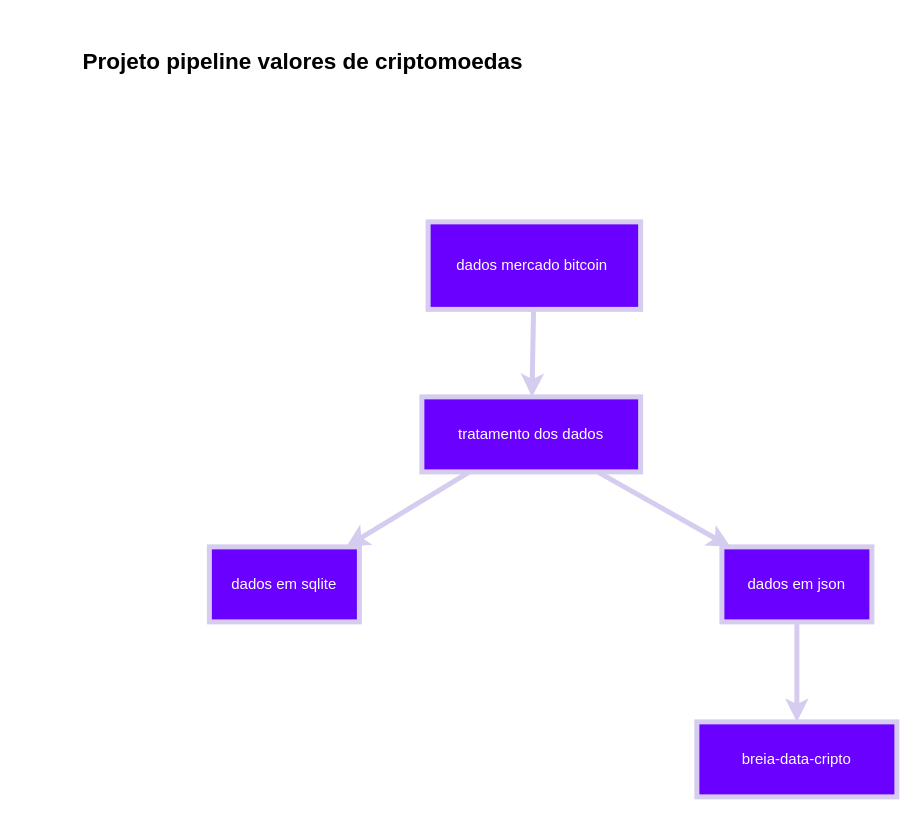
This is fluxogram.drawio from vbreia/pipeline-cripto-portfolio, a draw.io file, before an edit. Source tidied: cells renumbered, new cells numbered last; positions are measured from the earlier drawing's top-left corner, leaving out a move shared by most shapes. Both pictures are drawn from the tidied source at 125%, with x=0, y=0 at pixel (21, 21).
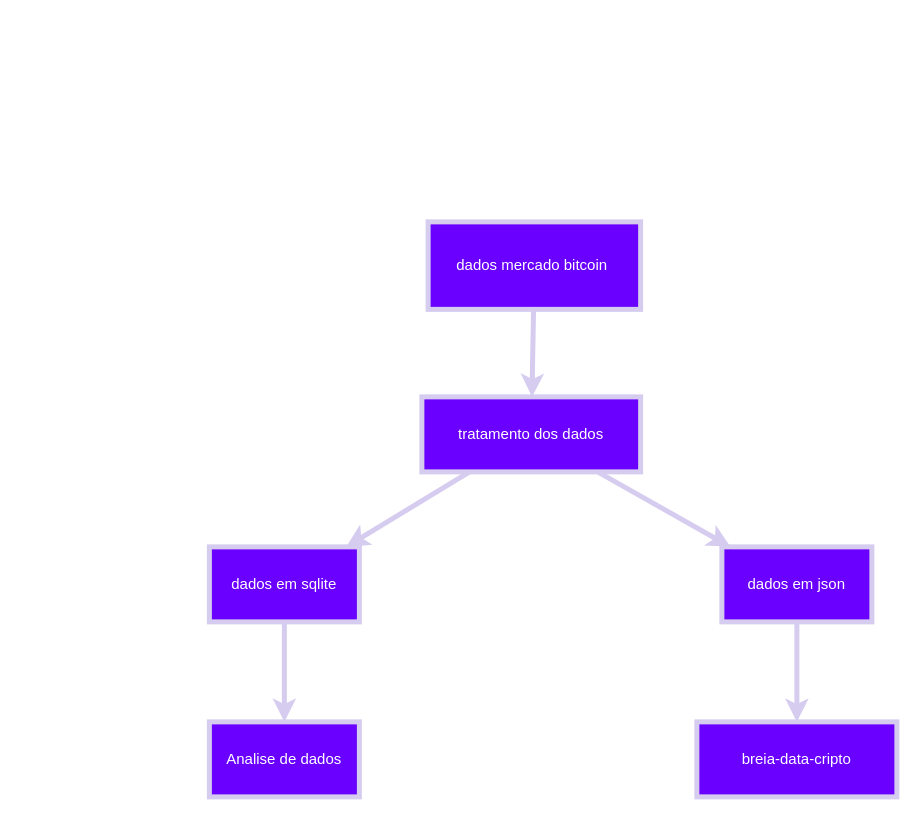
Above is the later version.

What changed in the source:
```diff
@@
 <mxGraphModel>
   <root>
     <mxCell id="0" />
     <mxCell id="1" parent="0" />
     <mxCell id="2" style="edgeStyle=none;html=1;strokeColor=#d5ccef;fillColor=#6a00ff;strokeWidth=4;shadow=0;" parent="1" edge="1" source="3" target="6">
       <mxGeometry relative="1" as="geometry" />
     </mxCell>
     <mxCell id="3" value="dados mercado bitcoin&amp;nbsp;" style="whiteSpace=wrap;html=1;fillColor=#6a00ff;fontColor=#ffffff;strokeColor=#d5ccef;strokeWidth=4;shadow=0;" parent="1" vertex="1">
       <mxGeometry x="325" y="160" width="170" height="70" as="geometry" />
     </mxCell>
     <mxCell id="4" style="edgeStyle=none;html=1;strokeColor=#d5ccef;fillColor=#6a00ff;strokeWidth=4;shadow=0;" parent="1" edge="1" source="6" target="8">
       <mxGeometry relative="1" as="geometry" />
     </mxCell>
     <mxCell id="5" style="edgeStyle=none;html=1;strokeColor=#d5ccef;fillColor=#6a00ff;strokeWidth=4;shadow=0;" parent="1" edge="1" source="6" target="9">
       <mxGeometry relative="1" as="geometry" />
     </mxCell>
     <mxCell id="6" value="tratamento dos dados" style="whiteSpace=wrap;html=1;strokeColor=#d5ccef;fillColor=#6a00ff;fontColor=#ffffff;strokeWidth=4;shadow=0;" parent="1" vertex="1">
       <mxGeometry x="320" y="300" width="175" height="60" as="geometry" />
     </mxCell>
     <mxCell id="7" style="edgeStyle=none;html=1;fontSize=18;strokeColor=#d5ccef;fillColor=#6a00ff;strokeWidth=4;shadow=0;" parent="1" edge="1" source="8" target="11">
       <mxGeometry relative="1" as="geometry" />
     </mxCell>
     <mxCell id="8" value="dados em json" style="whiteSpace=wrap;html=1;strokeColor=#d5ccef;fillColor=#6a00ff;fontColor=#ffffff;strokeWidth=4;shadow=0;" parent="1" vertex="1">
       <mxGeometry x="560" y="420" width="120" height="60" as="geometry" />
     </mxCell>
+    <mxCell id="12" style="edgeStyle=none;html=1;strokeWidth=4;strokeColor=#D5CCEF;" parent="1" edge="1" source="9" target="13">
+      <mxGeometry relative="1" as="geometry" />
+    </mxCell>
     <mxCell id="9" value="dados em sqlite" style="whiteSpace=wrap;html=1;fillColor=#6a00ff;fontColor=#ffffff;strokeColor=#d5ccef;strokeWidth=4;shadow=0;" parent="1" vertex="1">
       <mxGeometry x="150" y="420" width="120" height="60" as="geometry" />
     </mxCell>
-    <mxCell id="10" value="&lt;h1&gt;&lt;font style=&quot;font-size: 18px;&quot;&gt;Projeto pipeline valores de criptomoedas&lt;/font&gt;&lt;/h1&gt;" style="text;strokeColor=none;align=center;fillColor=none;html=1;verticalAlign=middle;whiteSpace=wrap;rounded=0;" parent="1" vertex="1">
-      <mxGeometry width="450" height="60" as="geometry" />
-    </mxCell>
     <mxCell id="11" value="breia-data-cripto" style="whiteSpace=wrap;html=1;strokeColor=#d5ccef;fillColor=#6a00ff;fontColor=#ffffff;strokeWidth=4;shadow=0;" parent="1" vertex="1">
       <mxGeometry x="540" y="560" width="160" height="60" as="geometry" />
     </mxCell>
+    <mxCell id="13" value="Analise de dados" style="whiteSpace=wrap;html=1;fillColor=#6a00ff;strokeColor=#d5ccef;fontColor=#ffffff;strokeWidth=4;shadow=0;" parent="1" vertex="1">
+      <mxGeometry x="150" y="560" width="120" height="60" as="geometry" />
+    </mxCell>
   </root>
 </mxGraphModel>
```
